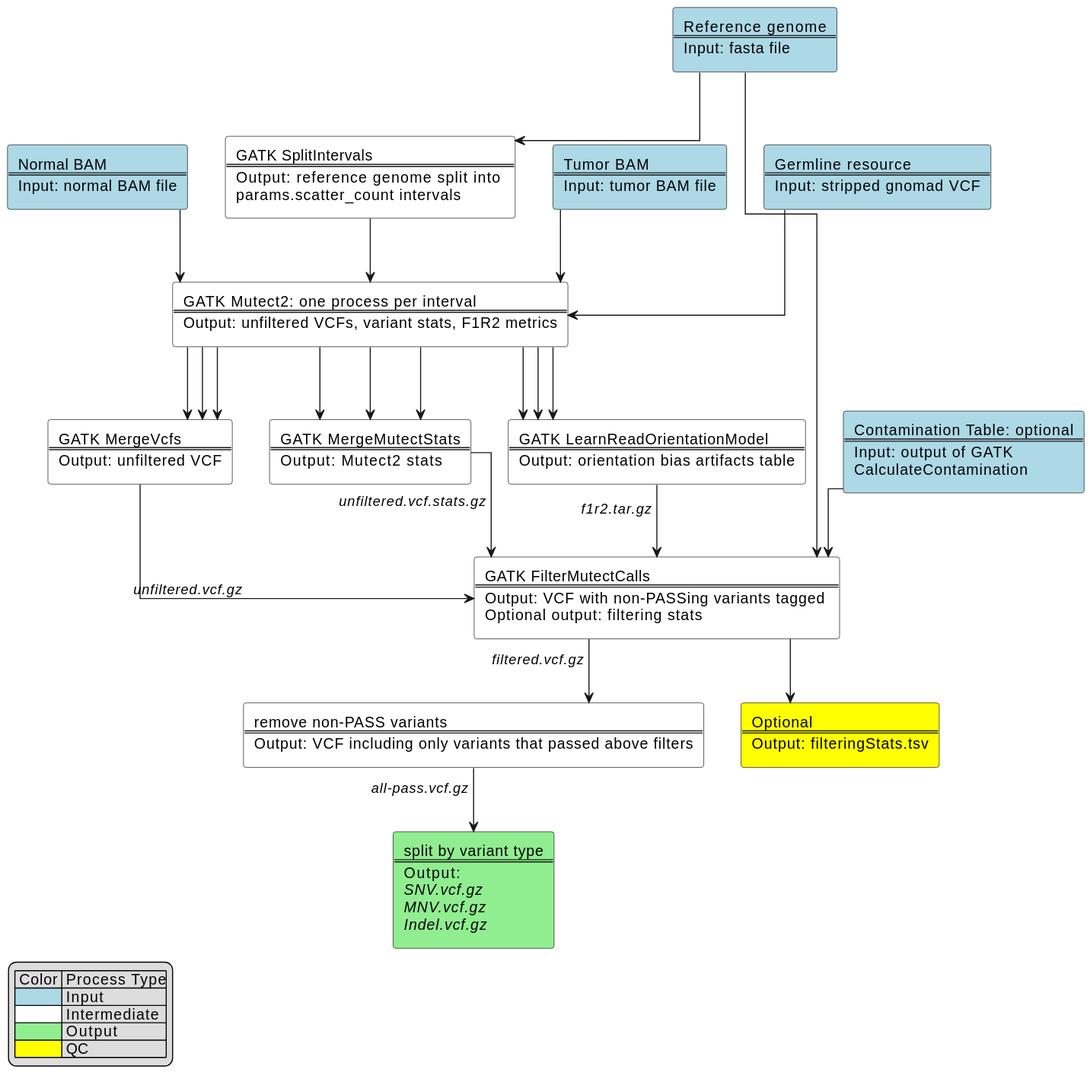
Before: docs/mutect2_chart.svg, a diagram exported from PlantUML (uclahs-cds/pipeline-call-sSNV).
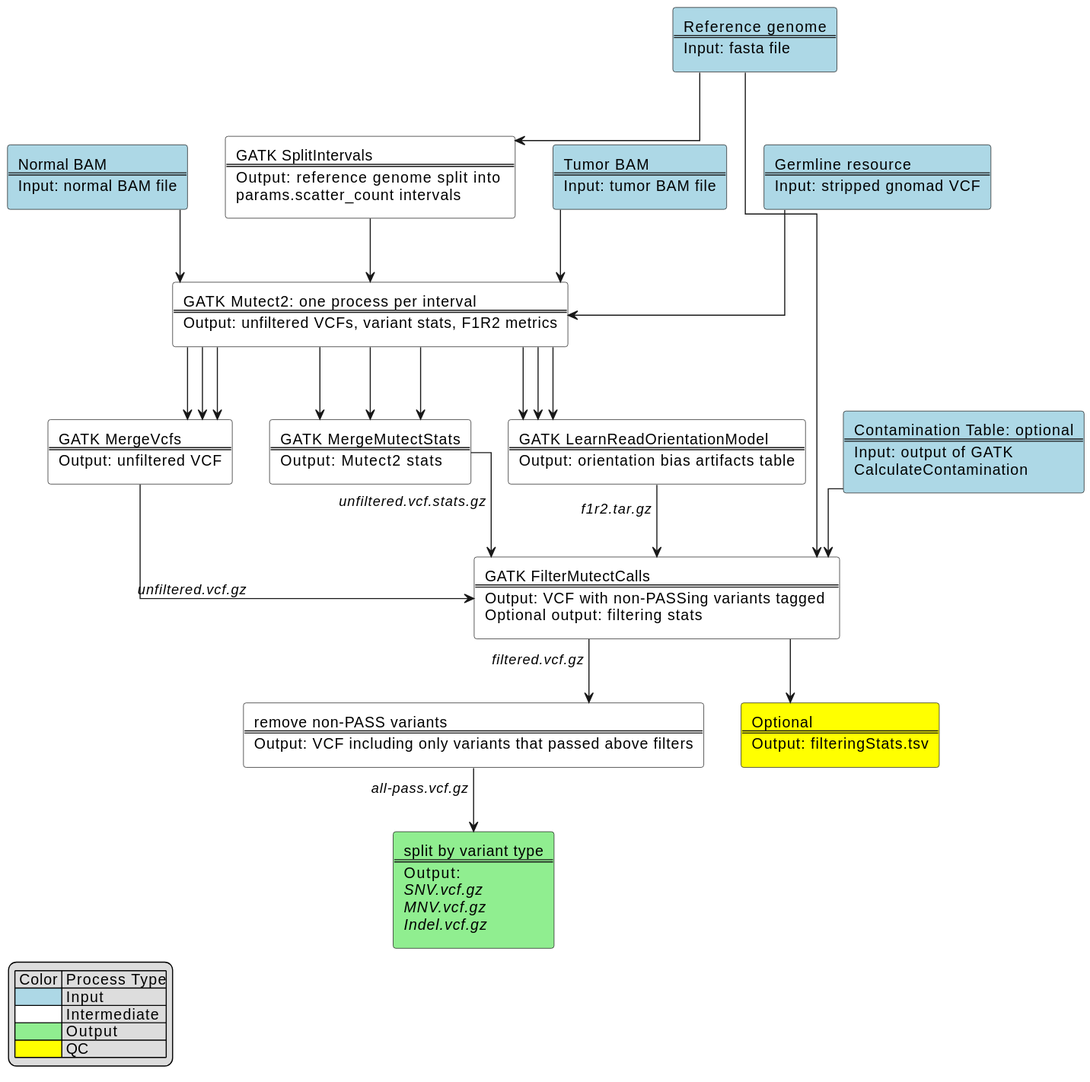
After the change.

Diff of the diagram source:
```diff
@@ -40,7 +40,7 @@
 mutect2_call_sSNV -d-> gatk_learnReadOrientation
 mutect2_call_sSNV -d-> mutect2_mergeStats
 
-gatk_mergeVcfs -d-> mutect2_filterCalls : // unfiltered.vcf.gz //
+gatk_mergeVcfs -d-> mutect2_filterCalls : //unfiltered.vcf.gz//
 gatk_learnReadOrientation -d-> mutect2_filterCalls : // f1r2.tar.gz //
 mutect2_mergeStats -d-> mutect2_filterCalls : // unfiltered.vcf.stats.gz //
 reference_genome -d-> mutect2_filterCalls
```
